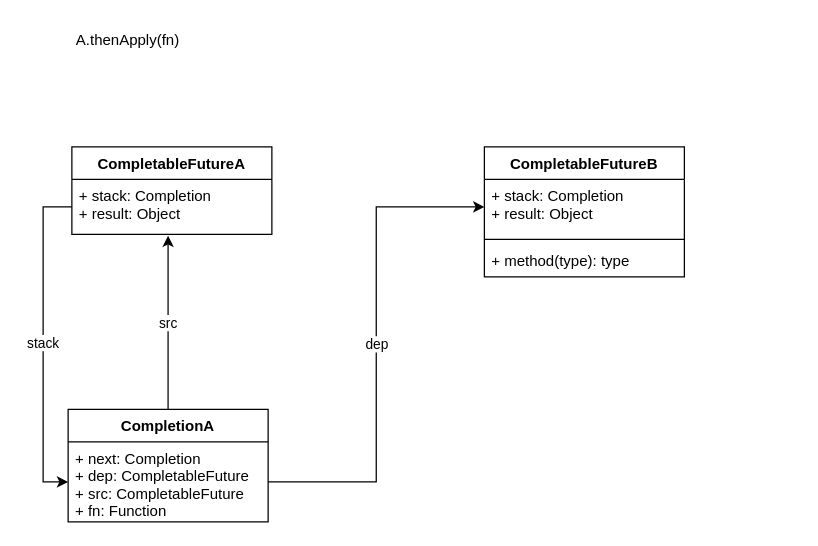
karlchan-cn/drawio-repository keeps this draw.io diagram as page "CompletableFuture" (1 of 4) of universal-engine/universal-engine-timeout-conf.drawio. Above is the earlier version. Source tidied: cells renumbered, new cells numbered last; positions are measured from the earlier drawing's top-left corner, leaving out a move shared by most shapes. Both pictures are drawn from the tidied source at 125%, with x=0, y=0 at pixel (21, 21).
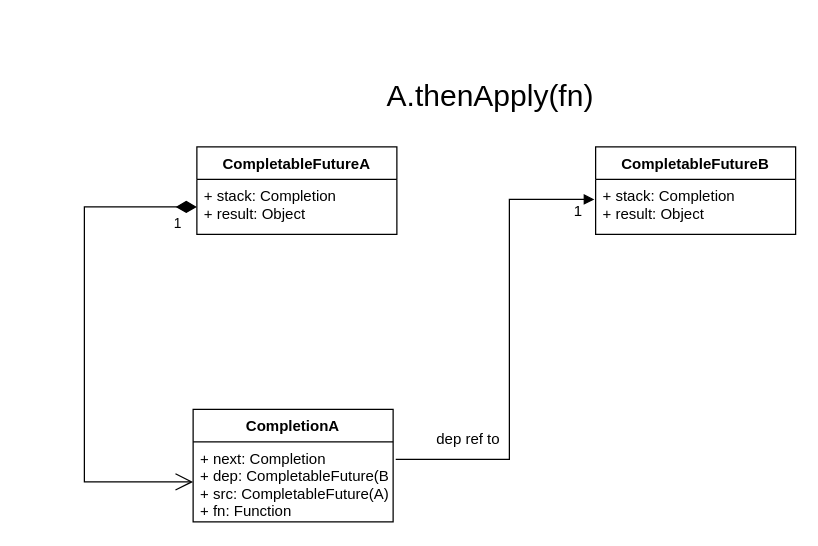
Above is the later version.

The edit, as a diff of the source:
```diff
@@
 <mxGraphModel>
   <root>
     <mxCell id="0" />
     <mxCell id="1" parent="0" />
     <mxCell id="2" value="CompletableFutureA" style="swimlane;fontStyle=1;align=center;verticalAlign=top;horizontal=1;startSize=26;" parent="1" vertex="1">
-      <mxGeometry x="40" y="100" width="160" height="70" as="geometry" />
+      <mxGeometry x="140" y="100" width="160" height="70" as="geometry" />
     </mxCell>
     <mxCell id="3" value="+ stack: Completion&#10;+ result: Object&#10;" style="text;strokeColor=none;fillColor=none;align=left;verticalAlign=top;spacingLeft=4;spacingRight=4;overflow=hidden;points=[[0,0.5],[1,0.5]];portConstraint=eastwest;" parent="2" vertex="1">
       <mxGeometry y="26" width="160" height="44" as="geometry" />
     </mxCell>
     <mxCell id="4" value="CompletableFutureB" style="swimlane;fontStyle=1;align=center;verticalAlign=top;horizontal=1;startSize=26;" parent="1" vertex="1">
-      <mxGeometry x="370" y="100" width="160" height="104" as="geometry" />
+      <mxGeometry x="459" y="100" width="160" height="70" as="geometry" />
     </mxCell>
     <mxCell id="5" value="+ stack: Completion&#10;+ result: Object&#10;" style="text;strokeColor=none;fillColor=none;align=left;verticalAlign=top;spacingLeft=4;spacingRight=4;overflow=hidden;points=[[0,0.5],[1,0.5]];portConstraint=eastwest;" parent="4" vertex="1">
       <mxGeometry y="26" width="160" height="44" as="geometry" />
     </mxCell>
-    <mxCell id="6" style="line;strokeWidth=1;fillColor=none;align=left;verticalAlign=middle;spacingTop=-1;spacingLeft=3;spacingRight=3;labelPosition=right;strokeColor=inherit;" parent="4" vertex="1">
-      <mxGeometry y="70" width="160" height="8" as="geometry" />
-    </mxCell>
-    <mxCell id="7" value="+ method(type): type" style="text;strokeColor=none;fillColor=none;align=left;verticalAlign=top;spacingLeft=4;spacingRight=4;overflow=hidden;" parent="4" vertex="1">
-      <mxGeometry y="78" width="160" height="26" as="geometry" />
-    </mxCell>
-    <mxCell id="8" value="A.thenApply(fn)" style="text;html=1;strokeColor=none;fillColor=none;align=center;verticalAlign=middle;whiteSpace=wrap;rounded=0;" parent="1" vertex="1">
-      <mxGeometry width="170" height="30" as="geometry" />
+    <mxCell id="8" value="&lt;font style=&quot;font-size: 24px;&quot;&gt;A.thenApply(fn)&lt;/font&gt;" style="text;html=1;strokeColor=none;fillColor=none;align=center;verticalAlign=middle;whiteSpace=wrap;rounded=0;" parent="1" vertex="1">
+      <mxGeometry x="230" y="30" width="290" height="60" as="geometry" />
     </mxCell>
-    <mxCell id="9" value="src" style="edgeStyle=orthogonalEdgeStyle;rounded=0;jettySize=auto;html=1;entryX=0.481;entryY=1.023;entryDx=0;entryDy=0;entryPerimeter=0;" parent="1" edge="1" source="10" target="3">
-      <mxGeometry relative="1" as="geometry" />
-    </mxCell>
     <mxCell id="10" value="CompletionA" style="swimlane;fontStyle=1;align=center;verticalAlign=top;horizontal=1;startSize=26;" parent="1" vertex="1">
-      <mxGeometry x="37" y="310" width="160" height="90" as="geometry" />
+      <mxGeometry x="137" y="310" width="160" height="90" as="geometry" />
     </mxCell>
-    <mxCell id="11" value="+ next: Completion&#10;+ dep: CompletableFuture&#10;+ src: CompletableFuture&#10;+ fn: Function" style="text;strokeColor=none;fillColor=none;align=left;verticalAlign=top;spacingLeft=4;spacingRight=4;overflow=hidden;points=[[0,0.5],[1,0.5]];portConstraint=eastwest;" parent="10" vertex="1">
+    <mxCell id="11" value="+ next: Completion&#10;+ dep: CompletableFuture(B)&#10;+ src: CompletableFuture(A)&#10;+ fn: Function" style="text;strokeColor=none;fillColor=none;align=left;verticalAlign=top;spacingLeft=4;spacingRight=4;overflow=hidden;points=[[0,0.5],[1,0.5]];portConstraint=eastwest;" parent="10" vertex="1">
       <mxGeometry y="26" width="160" height="64" as="geometry" />
     </mxCell>
-    <mxCell id="12" value="stack" style="edgeStyle=orthogonalEdgeStyle;rounded=0;jettySize=auto;html=1;entryX=0;entryY=0.5;entryDx=0;entryDy=0;" parent="1" edge="1" source="3" target="11">
-      <mxGeometry relative="1" as="geometry" />
+    <mxCell id="12" value="1" style="endArrow=open;html=1;endSize=12;startArrow=diamondThin;startSize=14;startFill=1;edgeStyle=orthogonalEdgeStyle;align=left;verticalAlign=bottom;rounded=0;entryX=0;entryY=0.5;entryDx=0;entryDy=0;exitX=0;exitY=0.5;exitDx=0;exitDy=0;" parent="1" edge="1" source="3" target="11">
+      <mxGeometry x="-0.9" y="22" relative="1" as="geometry">
+        <Array as="points">
+          <mxPoint x="50" y="148" />
+          <mxPoint x="50" y="368" />
+        </Array>
+      </mxGeometry>
     </mxCell>
-    <mxCell id="13" value="dep" style="edgeStyle=orthogonalEdgeStyle;rounded=0;jettySize=auto;html=1;" parent="1" edge="1" source="11" target="5">
-      <mxGeometry relative="1" as="geometry" />
+    <mxCell id="13" value="dep ref to" style="endArrow=block;endFill=1;html=1;edgeStyle=orthogonalEdgeStyle;align=left;verticalAlign=top;rounded=0;fontSize=12;entryX=-0.006;entryY=0.364;entryDx=0;entryDy=0;entryPerimeter=0;exitX=1.013;exitY=0.219;exitDx=0;exitDy=0;exitPerimeter=0;" parent="1" edge="1" source="11" target="5">
+      <mxGeometry x="-0.83" y="30" relative="1" as="geometry">
+        <Array as="points">
+          <mxPoint x="390" y="350" />
+          <mxPoint x="390" y="142" />
+        </Array>
+      </mxGeometry>
     </mxCell>
+    <mxCell id="14" value="1" style="edgeLabel;html=1;align=left;verticalAlign=bottom;fontSize=12;" parent="13" vertex="1">
+      <mxGeometry x="-1" relative="1" as="geometry">
+        <mxPoint x="141" y="-190" as="offset" />
+      </mxGeometry>
+    </mxCell>
   </root>
 </mxGraphModel>
```
